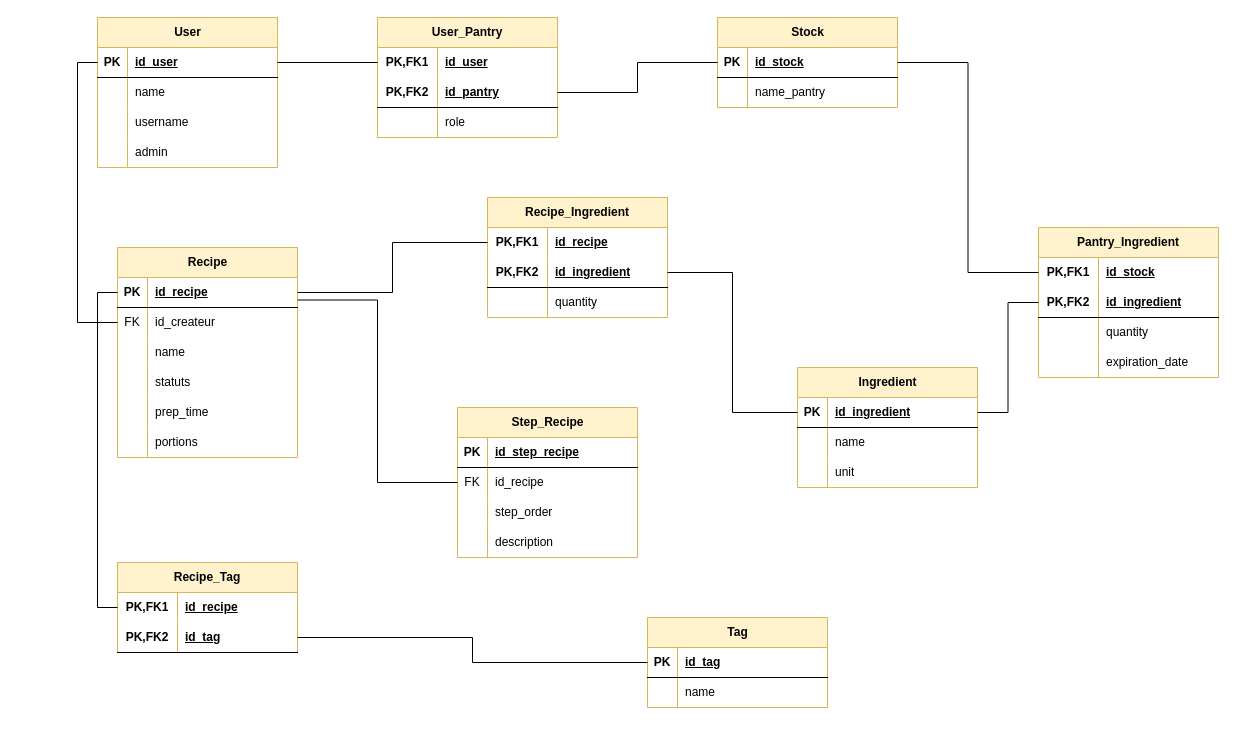
Before: diagramme_bdd.drawio in Projet-ingenierie-logiciel-2A-JerRouTes/projet2A, a draw.io diagram. Source tidied: cells renumbered, new cells numbered last; positions are measured from the earlier drawing's top-left corner, leaving out a move shared by most shapes. Both pictures are drawn from the tidied source at 100%, with x=0, y=0 at pixel (97, 17).
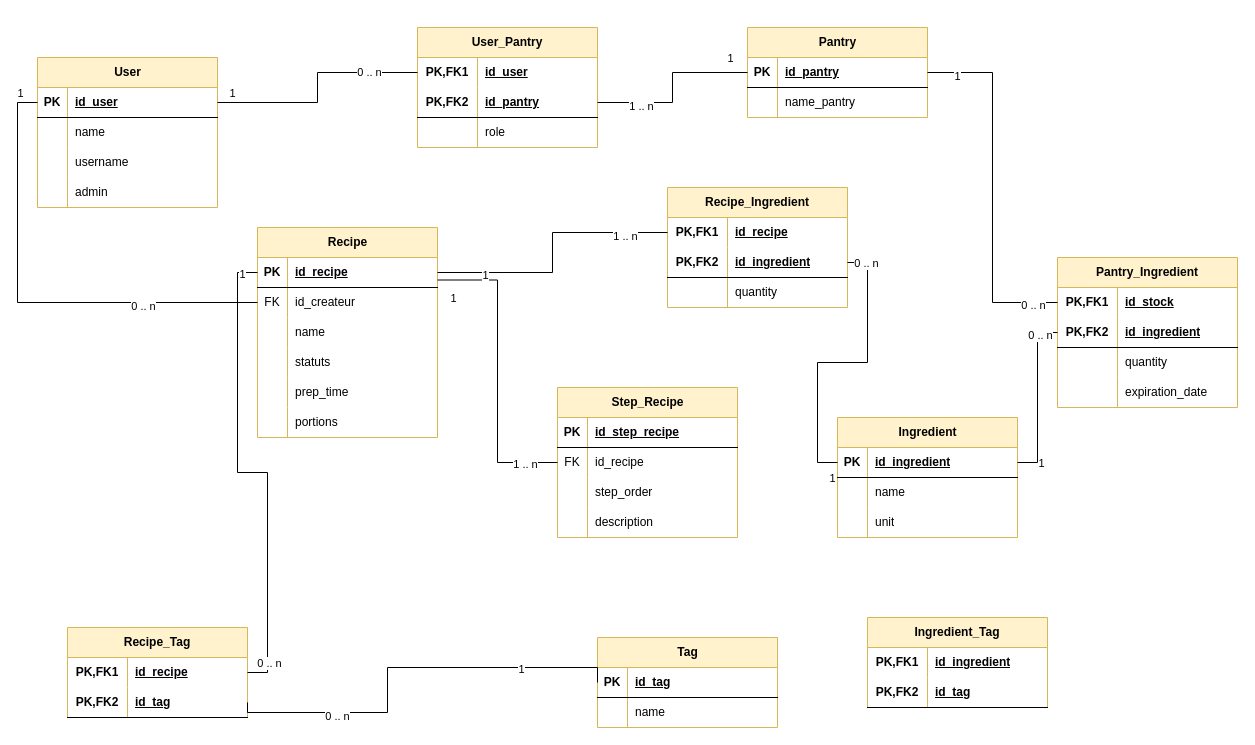
Above is the later version.

Commit message (it also covers changes not shown here):
Mettre à jour diagramme_bdd.drawio

The change refers to these unchanged cells:
```xml
<mxCell id="3" style="shape=tableRow;horizontal=0;startSize=0;swimlaneHead=0;swimlaneBody=0;fillColor=none;points=[[0,0.5],[1,0.5]];portConstraint=eastwest;top=0;left=0;right=0;bottom=1;" parent="2" vertex="1">
  <mxGeometry y="30" width="180" height="30" as="geometry" />
</mxCell>
<mxCell id="16" style="shape=tableRow;horizontal=0;startSize=0;swimlaneHead=0;swimlaneBody=0;fillColor=none;points=[[0,0.5],[1,0.5]];portConstraint=eastwest;top=0;left=0;right=0;bottom=1;" parent="15" vertex="1">
  <mxGeometry y="30" width="180" height="30" as="geometry" />
</mxCell>
<mxCell id="23" style="shape=tableRow;horizontal=0;startSize=0;swimlaneHead=0;swimlaneBody=0;fillColor=none;points=[[0,0.5],[1,0.5]];portConstraint=eastwest;top=0;left=0;right=0;bottom=0;html=1;" parent="22" vertex="1">
  <mxGeometry y="30" width="180" height="30" as="geometry" />
</mxCell>
<mxCell id="98" style="edgeStyle=orthogonalEdgeStyle;rounded=0;jettySize=auto;html=1;exitX=0;exitY=0.5;exitDx=0;exitDy=0;endArrow=none;endFill=0;" parent="1" edge="1" source="16" target="26">
  <mxGeometry relative="1" as="geometry" />
</mxCell>
<mxCell id="100" style="shape=tableRow;horizontal=0;startSize=0;swimlaneHead=0;swimlaneBody=0;fillColor=none;points=[[0,0.5],[1,0.5]];portConstraint=eastwest;top=0;left=0;right=0;bottom=1;" parent="99" vertex="1">
  <mxGeometry y="30" width="180" height="30" as="geometry" />
</mxCell>
<mxCell id="110" style="shape=tableRow;horizontal=0;startSize=0;swimlaneHead=0;swimlaneBody=0;fillColor=none;points=[[0,0.5],[1,0.5]];portConstraint=eastwest;top=0;left=0;right=0;bottom=1;html=1;" parent="106" vertex="1">
  <mxGeometry y="60" width="180" height="30" as="geometry" />
</mxCell>
<mxCell id="114" style="edgeStyle=orthogonalEdgeStyle;rounded=0;jettySize=auto;html=1;entryX=1;entryY=0.25;entryDx=0;entryDy=0;endArrow=none;endFill=0;" parent="1" edge="1" source="88" target="55">
  <mxGeometry relative="1" as="geometry" />
</mxCell>
<mxCell id="115" style="edgeStyle=orthogonalEdgeStyle;rounded=0;jettySize=auto;html=1;endArrow=none;endFill=0;convertToSvg=0;" parent="1" edge="1" source="16" target="43">
  <mxGeometry relative="1" as="geometry" />
</mxCell>
<mxCell id="116" style="edgeStyle=orthogonalEdgeStyle;rounded=0;jettySize=auto;html=1;entryX=0;entryY=0.5;entryDx=0;entryDy=0;endArrow=none;endFill=0;fontFamily=Times New Roman;" parent="1" edge="1" source="59" target="3">
  <mxGeometry relative="1" as="geometry" />
</mxCell>
<mxCell id="117" style="edgeStyle=orthogonalEdgeStyle;rounded=0;jettySize=auto;html=1;entryX=0;entryY=0.5;entryDx=0;entryDy=0;endArrow=none;endFill=0;" parent="1" edge="1" source="33" target="46">
  <mxGeometry relative="1" as="geometry" />
</mxCell>
<mxCell id="118" style="edgeStyle=orthogonalEdgeStyle;rounded=0;jettySize=auto;html=1;endArrow=none;endFill=0;" parent="1" edge="1" source="33" target="78">
  <mxGeometry relative="1" as="geometry" />
</mxCell>
<mxCell id="119" style="edgeStyle=orthogonalEdgeStyle;rounded=0;jettySize=auto;html=1;entryX=0;entryY=0.5;entryDx=0;entryDy=0;endArrow=none;endFill=0;" parent="1" edge="1" source="107" target="56">
  <mxGeometry relative="1" as="geometry" />
</mxCell>
<mxCell id="120" style="edgeStyle=orthogonalEdgeStyle;rounded=0;jettySize=auto;html=1;endArrow=none;endFill=0;" parent="1" edge="1" source="75" target="56">
  <mxGeometry relative="1" as="geometry" />
</mxCell>
```

Change to the diagram source:
```diff
@@
     <mxCell id="2" value="User" style="shape=table;startSize=30;childLayout=tableLayout;rowLines=0;fontStyle=1;align=center;html=1;fillColor=#fff2cc;strokeColor=#d6b656;" parent="1" vertex="1">
-      <mxGeometry width="180" height="150" as="geometry" />
+      <mxGeometry x="-60" y="40" width="180" height="150" as="geometry" />
     </mxCell>
@@
-    <mxCell id="15" value="Stock" style="shape=table;startSize=30;childLayout=tableLayout;rowLines=0;fontStyle=1;align=center;html=1;fillColor=#fff2cc;strokeColor=#d6b656;" parent="1" vertex="1">
-      <mxGeometry x="620" width="180" height="90" as="geometry" />
+    <mxCell id="15" value="Pantry" style="shape=table;startSize=30;childLayout=tableLayout;rowLines=0;fontStyle=1;align=center;html=1;fillColor=#fff2cc;strokeColor=#d6b656;" parent="1" vertex="1">
+      <mxGeometry x="650" y="10" width="180" height="90" as="geometry" />
     </mxCell>
@@
-    <mxCell id="18" value="id_stock" style="shape=partialRectangle;fillColor=none;top=0;left=0;bottom=0;right=0;align=left;spacingLeft=6;fontStyle=5;overflow=hidden;whiteSpace=wrap;html=1;" parent="16" vertex="1">
+    <mxCell id="18" value="id_pantry" style="shape=partialRectangle;fillColor=none;top=0;left=0;bottom=0;right=0;align=left;spacingLeft=6;fontStyle=5;overflow=hidden;whiteSpace=wrap;html=1;" parent="16" vertex="1">
       <mxGeometry x="30" width="150" height="30" as="geometry" />
     </mxCell>
@@
     <mxCell id="22" value="User_Pantry" style="shape=table;startSize=30;childLayout=tableLayout;rowLines=0;fontStyle=1;align=center;html=1;whiteSpace=wrap;fillColor=#fff2cc;strokeColor=#d6b656;" parent="1" vertex="1">
-      <mxGeometry x="280" width="180" height="120" as="geometry" />
+      <mxGeometry x="320" y="10" width="180" height="120" as="geometry" />
     </mxCell>
@@
     <mxCell id="32" value="Ingredient" style="shape=table;startSize=30;childLayout=tableLayout;rowLines=0;fontStyle=1;align=center;html=1;fillColor=#fff2cc;strokeColor=#d6b656;" parent="1" vertex="1">
-      <mxGeometry x="700" y="350" width="180" height="120" as="geometry" />
+      <mxGeometry x="740" y="400" width="180" height="120" as="geometry" />
     </mxCell>
@@
     <mxCell id="42" value="&lt;div&gt;Pantry_Ingredient&lt;/div&gt;" style="shape=table;startSize=30;childLayout=tableLayout;rowLines=0;fontStyle=1;align=center;html=1;whiteSpace=wrap;fillColor=#fff2cc;strokeColor=#d6b656;" parent="1" vertex="1">
-      <mxGeometry x="941" y="210" width="180" height="150" as="geometry" />
+      <mxGeometry x="960" y="240" width="180" height="150" as="geometry" />
     </mxCell>
@@
     <mxCell id="55" value="Recipe" style="shape=table;startSize=30;childLayout=tableLayout;rowLines=0;fontStyle=1;align=center;html=1;fillColor=#fff2cc;strokeColor=#d6b656;" parent="1" vertex="1">
-      <mxGeometry x="20" y="230" width="180" height="210" as="geometry" />
+      <mxGeometry x="160" y="210" width="180" height="210" as="geometry" />
     </mxCell>
@@
     <mxCell id="74" value="Recipe_Ingredient" style="shape=table;startSize=30;childLayout=tableLayout;rowLines=0;fontStyle=1;align=center;html=1;whiteSpace=wrap;fillColor=#fff2cc;strokeColor=#d6b656;" parent="1" vertex="1">
-      <mxGeometry x="390" y="180" width="180" height="120" as="geometry" />
+      <mxGeometry x="570" y="170" width="180" height="120" as="geometry" />
     </mxCell>
@@
     <mxCell id="84" value=" &lt;strong&gt;Step&lt;/strong&gt;_Recipe" style="shape=table;startSize=30;childLayout=tableLayout;rowLines=0;fontStyle=1;align=center;html=1;fillColor=#fff2cc;strokeColor=#d6b656;" parent="1" vertex="1">
-      <mxGeometry x="360" y="390" width="180" height="150" as="geometry" />
+      <mxGeometry x="460" y="370" width="180" height="150" as="geometry" />
     </mxCell>
@@
-    <mxCell id="97" style="edgeStyle=orthogonalEdgeStyle;rounded=0;jettySize=auto;html=1;endArrow=none;endFill=0;" parent="1" edge="1" source="3" target="23">
+    <mxCell id="97" style="edgeStyle=orthogonalEdgeStyle;rounded=0;jettySize=auto;html=1;endArrow=none;endFill=0;sourcePerimeterSpacing=0;strokeColor=default;" parent="1" edge="1" source="3" target="23">
       <mxGeometry relative="1" as="geometry" />
     </mxCell>
+    <mxCell id="122" value="1" style="edgeLabel;html=1;align=center;verticalAlign=middle;" parent="97" vertex="1">
+      <mxGeometry x="-0.53" y="-2" relative="1" as="geometry">
+        <mxPoint x="-40" y="-12" as="offset" />
+      </mxGeometry>
+    </mxCell>
+    <mxCell id="123" value="0 .. n" style="edgeLabel;html=1;align=center;verticalAlign=middle;" parent="97" vertex="1">
+      <mxGeometry x="0.57" y="1" relative="1" as="geometry" />
+    </mxCell>
@@
+    <mxCell id="124" value="1" style="edgeLabel;html=1;align=center;verticalAlign=middle;" parent="98" vertex="1">
+      <mxGeometry x="-0.6" y="1" relative="1" as="geometry">
+        <mxPoint x="18" y="-16" as="offset" />
+      </mxGeometry>
+    </mxCell>
+    <mxCell id="125" value="1 .. n" style="edgeLabel;html=1;align=center;verticalAlign=middle;" parent="98" vertex="1">
+      <mxGeometry x="0.52" y="3" relative="1" as="geometry" />
+    </mxCell>
     <mxCell id="99" value="Tag" style="shape=table;startSize=30;childLayout=tableLayout;rowLines=0;fontStyle=1;align=center;html=1;fillColor=#fff2cc;strokeColor=#d6b656;" parent="1" vertex="1">
-      <mxGeometry x="550" y="600" width="180" height="90" as="geometry" />
+      <mxGeometry x="500" y="620" width="180" height="90" as="geometry" />
     </mxCell>
@@
     <mxCell id="106" value="Recipe_Tag" style="shape=table;startSize=30;childLayout=tableLayout;rowLines=0;fontStyle=1;align=center;html=1;whiteSpace=wrap;fillColor=#fff2cc;strokeColor=#d6b656;" parent="1" vertex="1">
-      <mxGeometry x="20" y="545" width="180" height="90" as="geometry" />
+      <mxGeometry x="-30" y="610" width="180" height="90" as="geometry" />
     </mxCell>
@@
     <mxCell id="113" style="edgeStyle=orthogonalEdgeStyle;rounded=0;jettySize=auto;html=1;exitX=0;exitY=0.5;exitDx=0;exitDy=0;entryX=1;entryY=0.5;entryDx=0;entryDy=0;endArrow=none;endFill=0;" parent="1" edge="1" source="100" target="110">
-      <mxGeometry relative="1" as="geometry" />
+      <mxGeometry relative="1" as="geometry">
+        <Array as="points">
+          <mxPoint x="290" y="650" />
+          <mxPoint x="290" y="695" />
+        </Array>
+      </mxGeometry>
     </mxCell>
+    <mxCell id="126" value="1" style="edgeLabel;html=1;align=center;verticalAlign=middle;" parent="113" vertex="1">
+      <mxGeometry x="-0.55" y="1" relative="1" as="geometry">
+        <mxPoint x="2" as="offset" />
+      </mxGeometry>
+    </mxCell>
+    <mxCell id="127" value="&lt;div&gt;0 .. n&lt;/div&gt;" style="edgeLabel;html=1;align=center;verticalAlign=middle;" parent="113" vertex="1">
+      <mxGeometry x="0.53" y="3" relative="1" as="geometry" />
+    </mxCell>
@@
+    <mxCell id="128" value="1" style="edgeLabel;html=1;align=center;verticalAlign=middle;" parent="114" vertex="1">
+      <mxGeometry x="0.83" y="1" relative="1" as="geometry">
+        <mxPoint x="-10" y="17" as="offset" />
+      </mxGeometry>
+    </mxCell>
+    <mxCell id="129" value="1 .. n" style="edgeLabel;html=1;align=center;verticalAlign=middle;" parent="114" vertex="1">
+      <mxGeometry x="-0.78" y="1" relative="1" as="geometry" />
+    </mxCell>
@@
+    <mxCell id="130" value="0 .. n" style="edgeLabel;html=1;align=center;verticalAlign=middle;" parent="115" vertex="1">
+      <mxGeometry x="0.86" y="-2" relative="1" as="geometry" />
+    </mxCell>
+    <mxCell id="131" value="1" style="edgeLabel;html=1;align=center;verticalAlign=middle;" parent="115" vertex="1">
+      <mxGeometry x="-0.84" y="-3" relative="1" as="geometry" />
+    </mxCell>
@@
+    <mxCell id="132" value="1" style="edgeLabel;html=1;align=center;verticalAlign=middle;" parent="116" vertex="1">
+      <mxGeometry x="0.95" y="-3" relative="1" as="geometry">
+        <mxPoint x="-7" y="-13" as="offset" />
+      </mxGeometry>
+    </mxCell>
+    <mxCell id="133" value="0 .. n" style="edgeLabel;html=1;align=center;verticalAlign=middle;" parent="116" vertex="1">
+      <mxGeometry x="-0.5" y="3" relative="1" as="geometry" />
+    </mxCell>
@@
+    <mxCell id="134" value="0 .. n" style="edgeLabel;html=1;align=center;verticalAlign=middle;" parent="117" vertex="1">
+      <mxGeometry x="0.79" y="-2" relative="1" as="geometry" />
+    </mxCell>
+    <mxCell id="135" value="1" style="edgeLabel;html=1;align=center;verticalAlign=middle;" parent="117" vertex="1">
+      <mxGeometry x="-0.76" y="-3" relative="1" as="geometry" />
+    </mxCell>
@@
+    <mxCell id="136" value="1" style="edgeLabel;html=1;align=center;verticalAlign=middle;" parent="118" vertex="1">
+      <mxGeometry x="-0.96" y="1" relative="1" as="geometry">
+        <mxPoint y="14" as="offset" />
+      </mxGeometry>
+    </mxCell>
+    <mxCell id="137" value="0 .. n" style="edgeLabel;html=1;align=center;verticalAlign=middle;" parent="118" vertex="1">
+      <mxGeometry x="0.95" relative="1" as="geometry">
+        <mxPoint x="11" as="offset" />
+      </mxGeometry>
+    </mxCell>
@@
+    <mxCell id="138" value="1" style="edgeLabel;html=1;align=center;verticalAlign=middle;" parent="119" vertex="1">
+      <mxGeometry x="0.93" y="-1" relative="1" as="geometry" />
+    </mxCell>
+    <mxCell id="139" value="0 .. n" style="edgeLabel;html=1;align=center;verticalAlign=middle;" parent="119" vertex="1">
+      <mxGeometry x="-0.95" y="-3" relative="1" as="geometry">
+        <mxPoint x="9" y="-13" as="offset" />
+      </mxGeometry>
+    </mxCell>
@@
+    <mxCell id="140" value="1 .. n" style="edgeLabel;html=1;align=center;verticalAlign=middle;" parent="120" vertex="1">
+      <mxGeometry x="-0.68" y="3" relative="1" as="geometry" />
+    </mxCell>
+    <mxCell id="141" value="1" style="edgeLabel;html=1;align=center;verticalAlign=middle;" parent="120" vertex="1">
+      <mxGeometry x="0.65" y="2" relative="1" as="geometry" />
+    </mxCell>
@@
+    <mxCell id="142" value="Ingredient_Tag" style="shape=table;startSize=30;childLayout=tableLayout;rowLines=0;fontStyle=1;align=center;html=1;whiteSpace=wrap;fillColor=#fff2cc;strokeColor=#d6b656;" parent="1" vertex="1">
+      <mxGeometry x="770" y="600" width="180" height="90" as="geometry" />
+    </mxCell>
+    <mxCell id="143" style="shape=tableRow;horizontal=0;startSize=0;swimlaneHead=0;swimlaneBody=0;fillColor=none;top=0;left=0;right=0;bottom=0;html=1;" parent="142" vertex="1">
+      <mxGeometry y="30" width="180" height="30" as="geometry" />
+    </mxCell>
+    <mxCell id="144" value="PK,FK1" style="shape=partialRectangle;fillColor=none;top=0;left=0;bottom=0;right=0;fontStyle=1;overflow=hidden;html=1;whiteSpace=wrap;" parent="143" vertex="1">
+      <mxGeometry width="60" height="30" as="geometry" />
+    </mxCell>
+    <mxCell id="145" value="id_ingredient" style="shape=partialRectangle;fillColor=none;top=0;left=0;bottom=0;right=0;align=left;spacingLeft=6;fontStyle=5;overflow=hidden;html=1;whiteSpace=wrap;" parent="143" vertex="1">
+      <mxGeometry x="60" width="120" height="30" as="geometry" />
+    </mxCell>
+    <mxCell id="146" style="shape=tableRow;horizontal=0;startSize=0;swimlaneHead=0;swimlaneBody=0;fillColor=none;top=0;left=0;right=0;bottom=1;html=1;" parent="142" vertex="1">
+      <mxGeometry y="60" width="180" height="30" as="geometry" />
+    </mxCell>
+    <mxCell id="147" value="PK,FK2" style="shape=partialRectangle;fillColor=none;top=0;left=0;bottom=0;right=0;fontStyle=1;overflow=hidden;html=1;whiteSpace=wrap;" parent="146" vertex="1">
+      <mxGeometry width="60" height="30" as="geometry" />
+    </mxCell>
+    <mxCell id="148" value="id_tag" style="shape=partialRectangle;fillColor=none;top=0;left=0;bottom=0;right=0;align=left;spacingLeft=6;fontStyle=5;overflow=hidden;html=1;whiteSpace=wrap;" parent="146" vertex="1">
+      <mxGeometry x="60" width="120" height="30" as="geometry" />
+    </mxCell>
```
